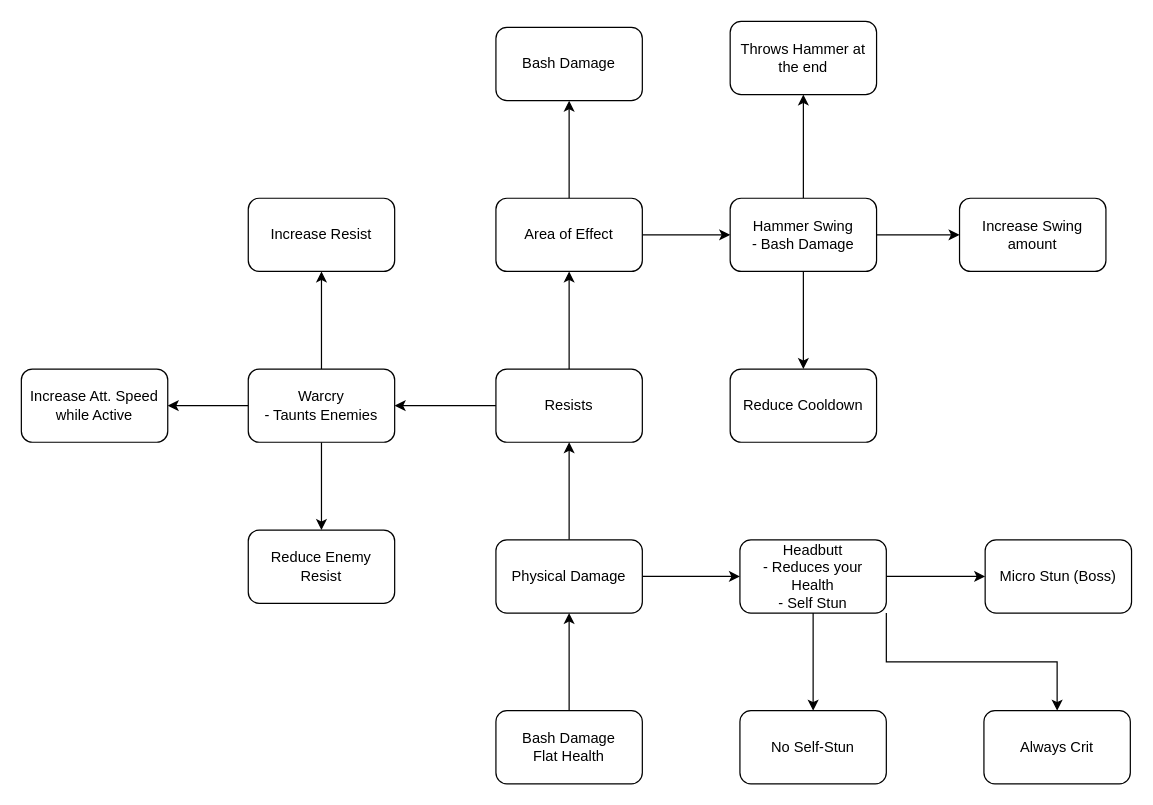
Above: page "Bully" (5 of 30) of Docs/SkillTree.drawio in LeVieuxSinge/RoguelikeGame (draw.io), before the change. Source tidied: cells renumbered, new cells numbered last; positions are measured from the earlier drawing's top-left corner, leaving out a move shared by most shapes. Both pictures are drawn from the tidied source at 122%, with x=0, y=0 at pixel (21, 21).
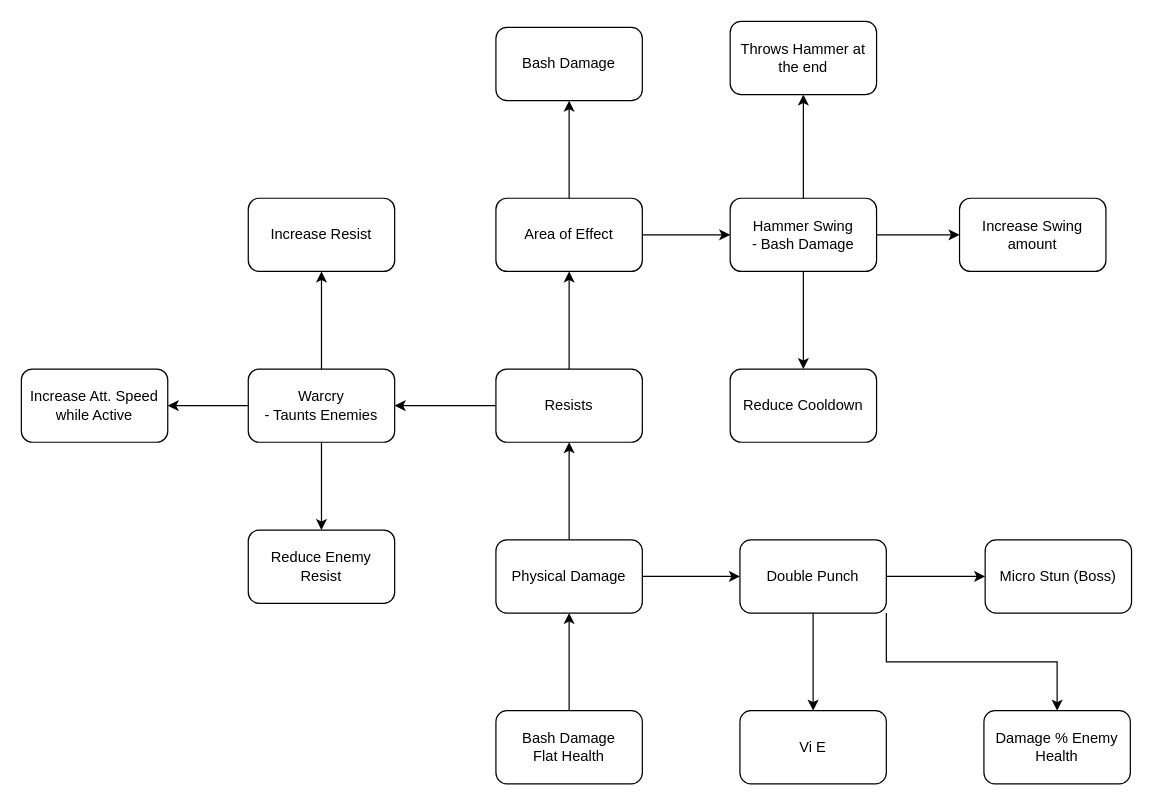
The same page after the edit.

The edit, as a diff of the source:
```diff
@@
-    <mxCell id="13" value="Headbutt&lt;br&gt;- Reduces your Health&lt;br&gt;- Self Stun" style="rounded=1;whiteSpace=wrap;html=1;" parent="1" vertex="1">
+    <mxCell id="13" value="Double Punch" style="rounded=1;whiteSpace=wrap;html=1;" parent="1" vertex="1">
       <mxGeometry x="589" y="425" width="120" height="60" as="geometry" />
     </mxCell>
@@
-    <mxCell id="27" value="No Self-Stun" style="rounded=1;whiteSpace=wrap;html=1;" parent="1" vertex="1">
+    <mxCell id="27" value="Vi E" style="rounded=1;whiteSpace=wrap;html=1;" parent="1" vertex="1">
       <mxGeometry x="589" y="565" width="120" height="60" as="geometry" />
     </mxCell>
-    <mxCell id="28" value="Always Crit" style="rounded=1;whiteSpace=wrap;html=1;" parent="1" vertex="1">
+    <mxCell id="28" value="Damage % Enemy Health" style="rounded=1;whiteSpace=wrap;html=1;" parent="1" vertex="1">
       <mxGeometry x="789" y="565" width="120" height="60" as="geometry" />
     </mxCell>
```
